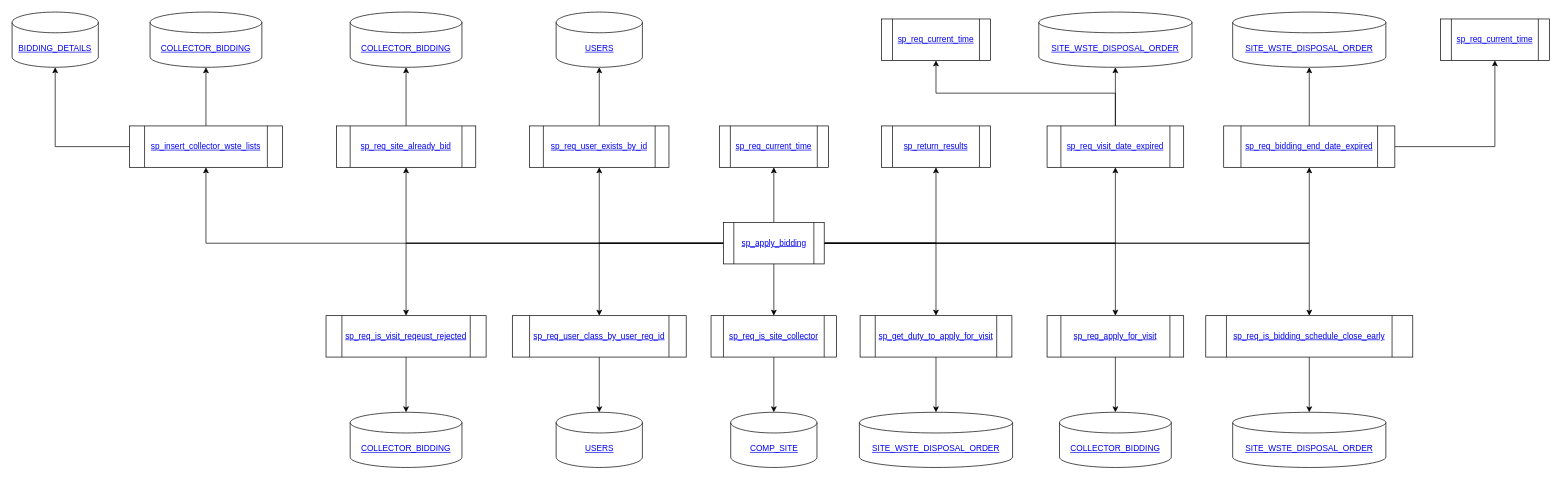
Leo-Nam/chium_draw keeps this draw.io diagram as sp_apply_bidding.drawio. Above is the earlier version. Source tidied: cells renumbered, new cells numbered last; positions are measured from the earlier drawing's top-left corner, leaving out a move shared by most shapes. Both pictures are drawn from the tidied source at 69%, with x=0, y=0 at pixel (12, 12).
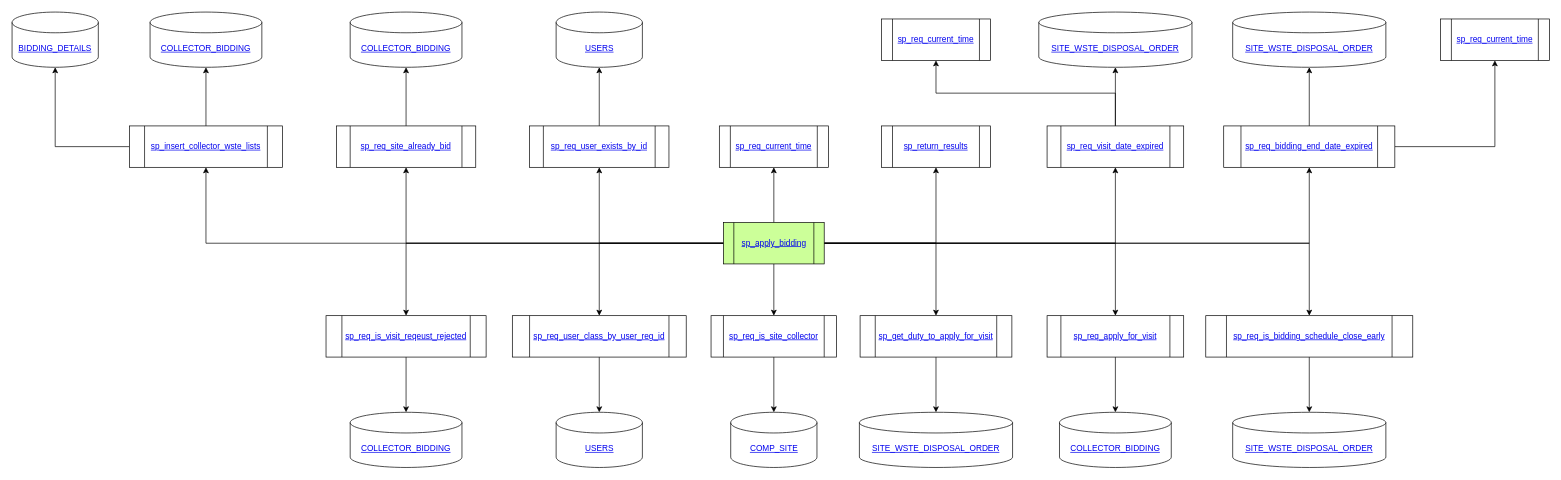
Above is the later version.

Commit message (it also covers changes not shown here):
sp_insert_collector_wste_lists

The edit, as a diff of the source:
```diff
@@
-    <mxCell id="15" value="&lt;a href=&quot;https://github.com/Leo-Nam/chium_draw/blob/master/sp_apply_bidding.drawio&quot;&gt;sp_apply_bidding&lt;/a&gt;" style="shape=process;whiteSpace=wrap;html=1;backgroundOutline=1;" parent="1" vertex="1">
+    <mxCell id="15" value="&lt;a href=&quot;https://github.com/Leo-Nam/chium_draw/blob/master/sp_apply_bidding.drawio&quot;&gt;sp_apply_bidding&lt;/a&gt;" style="shape=process;whiteSpace=wrap;html=1;backgroundOutline=1;fillColor=#CCFF99;" parent="1" vertex="1">
       <mxGeometry x="1031" y="305" width="146" height="60" as="geometry" />
     </mxCell>
```
